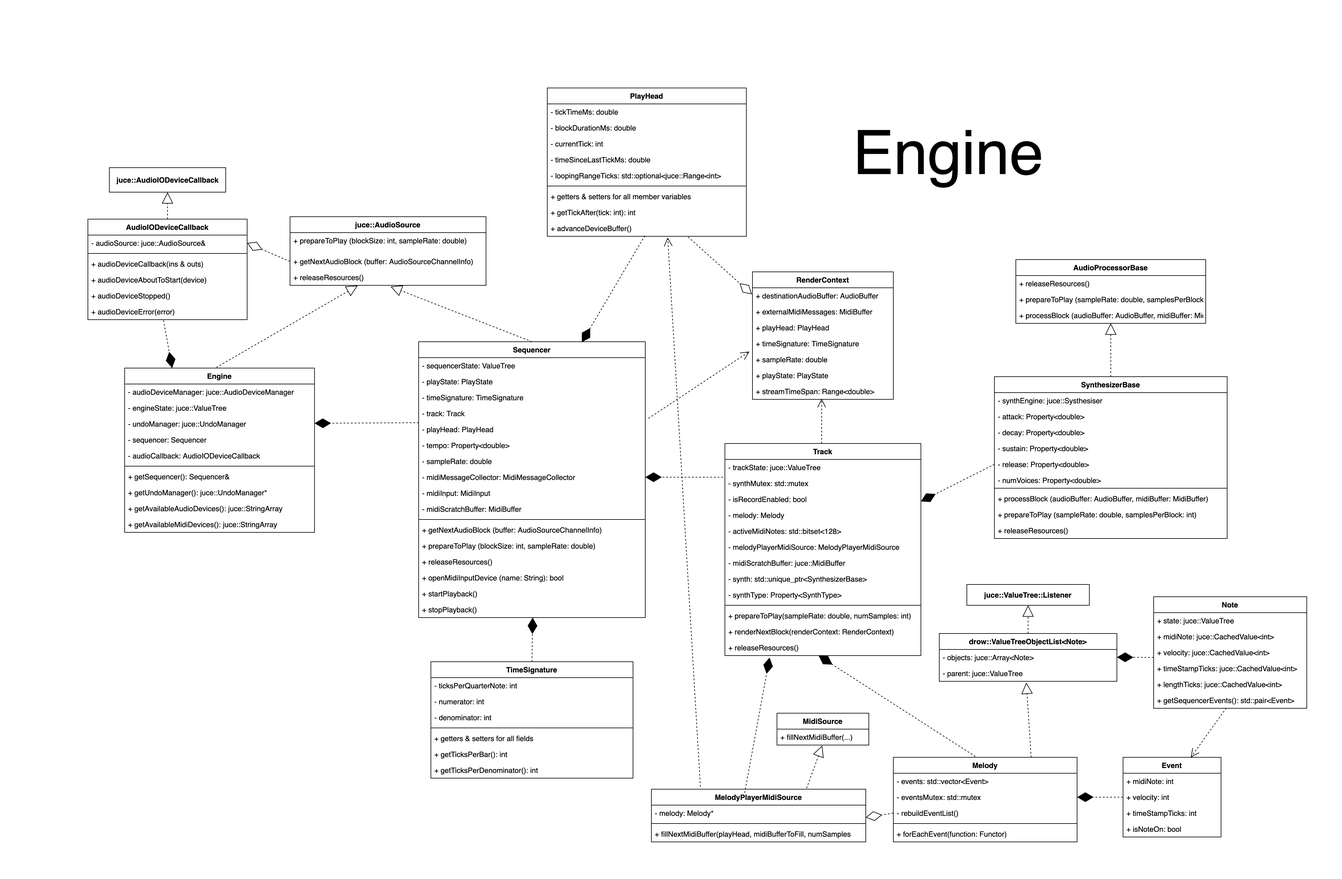
Before: CSD2b/console_synth/documentation/diagram_images/engine_uml_diagram.png, a diagram exported from draw.io (w-ensink/CSD2). Source tidied: cells renumbered, new cells last; positions are measured from the earlier drawing's top-left corner, leaving out a move shared by most shapes.
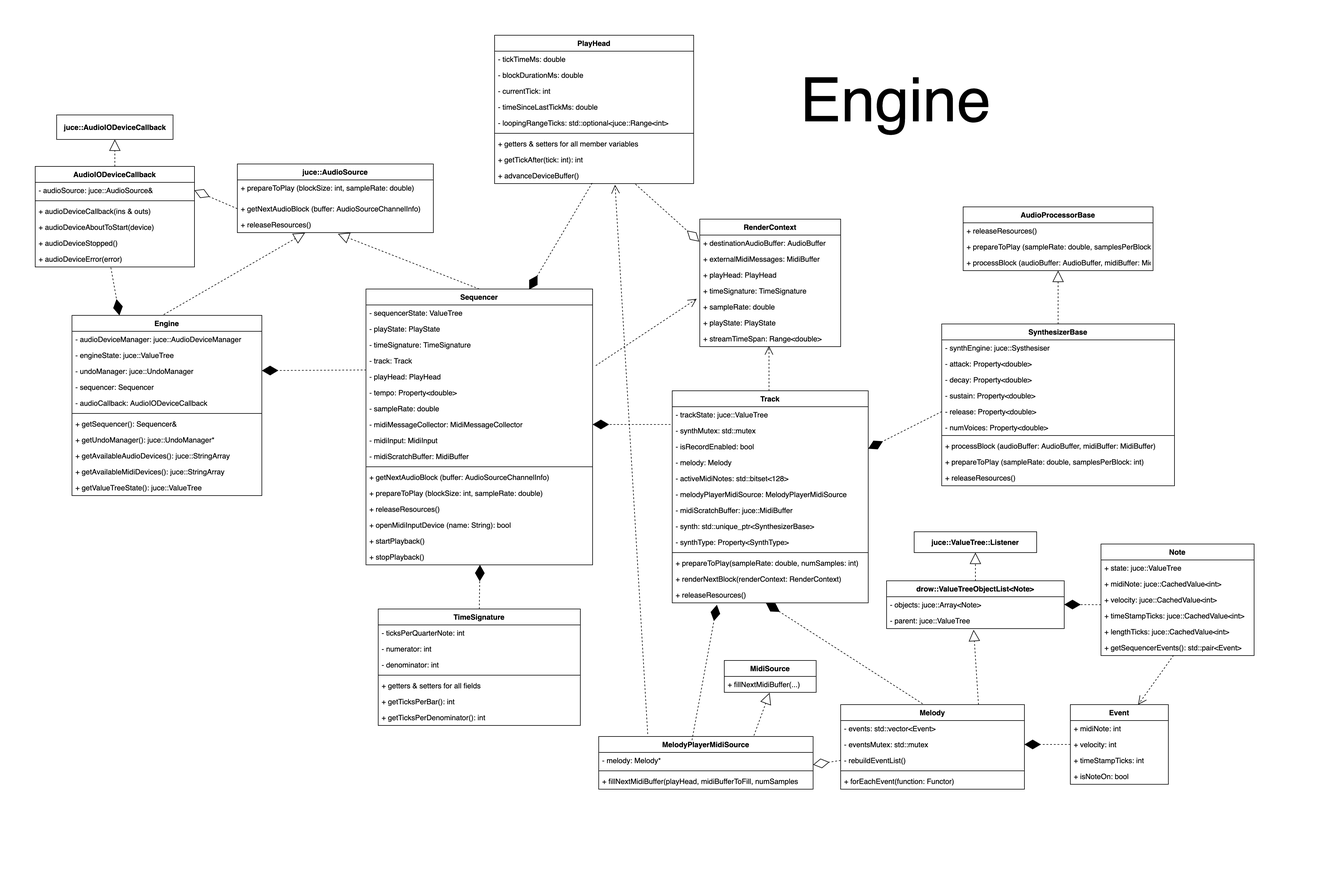
Above is the later version.

Commit message:
fixed last bug in engine uml diagram

The edit, as a diff of the source:
```diff
@@ -190,7 +190,7 @@
       <mxGeometry relative="1" as="geometry" />
     </mxCell>
     <mxCell id="63" value="Engine" style="swimlane;fontStyle=1;align=center;verticalAlign=top;horizontal=1;startSize=26;fontSize=12;" parent="1" vertex="1">
-      <mxGeometry x="60" y="457" width="310" height="268" as="geometry" />
+      <mxGeometry x="60" y="457" width="310" height="294" as="geometry" />
     </mxCell>
     <mxCell id="64" value="- audioDeviceManager: juce::AudioDeviceManager" style="text;strokeColor=none;fillColor=none;align=left;verticalAlign=top;spacingLeft=4;spacingRight=4;overflow=hidden;" parent="63" vertex="1">
       <mxGeometry y="26" width="310" height="26" as="geometry" />
@@ -222,6 +222,9 @@
     <mxCell id="73" value="+ getAvailableMidiDevices(): juce::StringArray" style="text;strokeColor=none;fillColor=none;align=left;verticalAlign=top;spacingLeft=4;spacingRight=4;overflow=hidden;" parent="63" vertex="1">
       <mxGeometry y="242" width="310" height="26" as="geometry" />
     </mxCell>
+    <mxCell id="151" value="+ getValueTreeState(): juce::ValueTree" style="text;strokeColor=none;fillColor=none;align=left;verticalAlign=top;spacingLeft=4;spacingRight=4;overflow=hidden;" parent="63" vertex="1">
+      <mxGeometry y="268" width="310" height="26" as="geometry" />
+    </mxCell>
     <mxCell id="74" value="AudioProcessorBase" style="swimlane;fontStyle=1;align=center;verticalAlign=top;horizontal=1;startSize=26;fontSize=12;" parent="1" vertex="1">
       <mxGeometry x="1515" y="280" width="310" height="104" as="geometry" />
     </mxCell>
```
